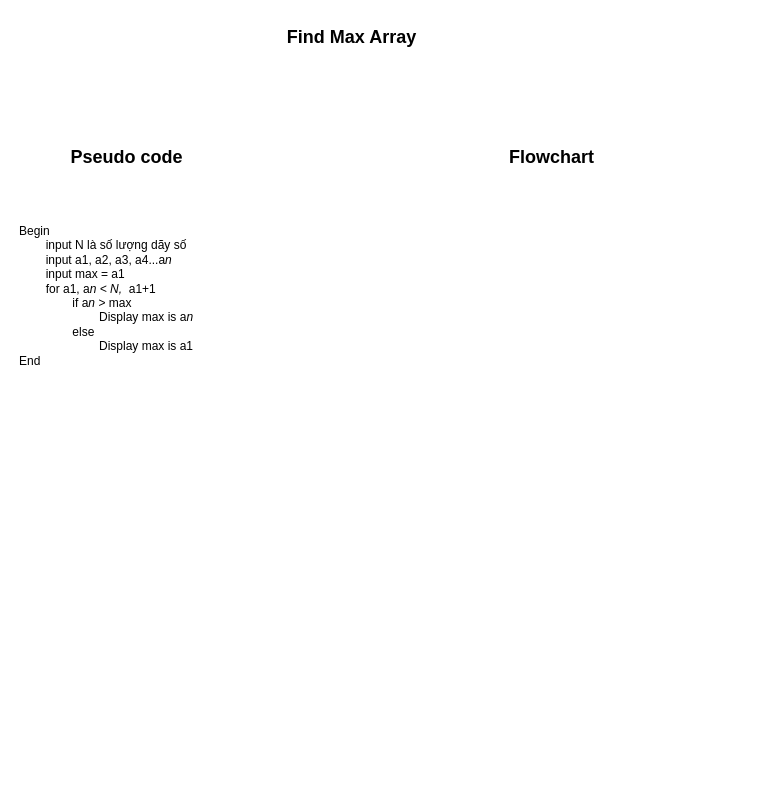
Earlier version of the draw.io diagram page "tìm giá trị lớn nhất trong một dãy số" (6 of 6) of ss3_Hello_world/module1_ss3.drawio (Trongtangoc/CGDN-C0824M1-Ta-Ngoc-Trong). Source tidied: cells renumbered, new cells numbered last; positions are measured from the earlier drawing's top-left corner, leaving out a move shared by most shapes. Both pictures are drawn from the tidied source at 100%, with x=0, y=0 at pixel (17, 17).
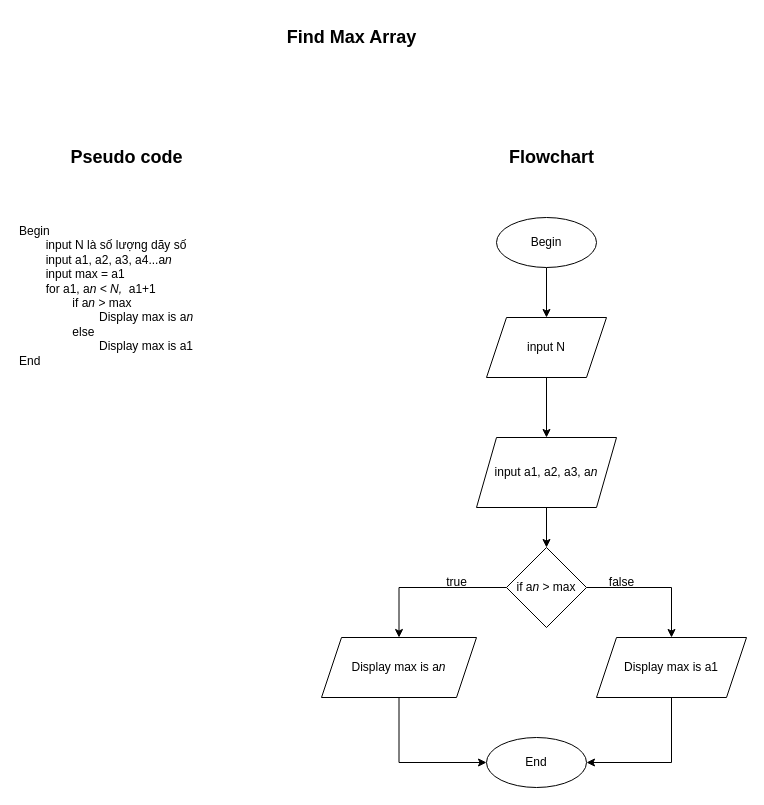
The same page after the edit.

Commit message:
Cập nhật module1_ss3.drawio

Diff of the diagram source:
```diff
@@
     <mxCell id="2" value="Begin&lt;div&gt;&lt;span style=&quot;white-space: pre;&quot;&gt;&#9;&lt;/span&gt;input N là số lượng dãy số&lt;/div&gt;&lt;div&gt;&lt;span style=&quot;white-space: pre;&quot;&gt;&#9;&lt;/span&gt;input a1, a2, a3, a4...a&lt;i&gt;n&lt;br&gt;&lt;/i&gt;&lt;span style=&quot;white-space: pre;&quot;&gt;&#9;&lt;/span&gt;input max = a1&lt;br&gt;&lt;span style=&quot;white-space: pre;&quot;&gt;&#9;&lt;/span&gt;for a1, a&lt;i&gt;n &amp;lt; N,&amp;nbsp;&lt;/i&gt;&amp;nbsp;a1+1&lt;/div&gt;&lt;div&gt;&lt;span style=&quot;white-space: pre;&quot;&gt;&#9;&lt;/span&gt;&lt;span style=&quot;white-space: pre;&quot;&gt;&#9;&lt;/span&gt;if a&lt;i&gt;n&lt;/i&gt; &amp;gt; max&lt;br&gt;&lt;/div&gt;&lt;div&gt;&lt;span style=&quot;white-space: pre;&quot;&gt;&#9;&lt;/span&gt;&lt;span style=&quot;white-space: pre;&quot;&gt;&#9;&lt;span style=&quot;white-space: pre;&quot;&gt;&#9;&lt;/span&gt;&lt;/span&gt;Display max is a&lt;i&gt;n&lt;/i&gt;&lt;br&gt;&lt;/div&gt;&lt;div&gt;&lt;span style=&quot;font-style: italic; white-space: pre;&quot;&gt;&#9;&lt;span style=&quot;white-space: pre;&quot;&gt;&#9;&lt;/span&gt;&lt;/span&gt;else&lt;/div&gt;&lt;div&gt;&lt;span style=&quot;white-space: pre;&quot;&gt;&#9;&lt;/span&gt;&lt;span style=&quot;white-space: pre;&quot;&gt;&#9;&lt;span style=&quot;white-space: pre;&quot;&gt;&#9;&lt;/span&gt;&lt;/span&gt;Display max is a1&lt;br&gt;&lt;/div&gt;&lt;div&gt;End&lt;/div&gt;" style="text;html=1;align=left;verticalAlign=top;whiteSpace=wrap;rounded=0;" parent="1" vertex="1">
-      <mxGeometry y="200" width="340" height="180" as="geometry" />
+      <mxGeometry y="200" width="199" height="160" as="geometry" />
     </mxCell>
@@
+    <mxCell id="6" style="edgeStyle=orthogonalEdgeStyle;rounded=0;jettySize=auto;html=1;" parent="1" edge="1" source="7" target="9">
+      <mxGeometry relative="1" as="geometry" />
+    </mxCell>
+    <mxCell id="7" value="Begin" style="ellipse;whiteSpace=wrap;html=1;" parent="1" vertex="1">
+      <mxGeometry x="479" y="200" width="100" height="50" as="geometry" />
+    </mxCell>
+    <mxCell id="8" style="edgeStyle=orthogonalEdgeStyle;rounded=0;jettySize=auto;html=1;" parent="1" edge="1" source="9" target="11">
+      <mxGeometry relative="1" as="geometry" />
+    </mxCell>
+    <mxCell id="9" value="input N" style="shape=parallelogram;perimeter=parallelogramPerimeter;whiteSpace=wrap;html=1;fixedSize=1;" parent="1" vertex="1">
+      <mxGeometry x="469" y="300" width="120" height="60" as="geometry" />
+    </mxCell>
+    <mxCell id="10" style="edgeStyle=orthogonalEdgeStyle;rounded=0;jettySize=auto;html=1;" parent="1" edge="1" source="11" target="14">
+      <mxGeometry relative="1" as="geometry" />
+    </mxCell>
+    <mxCell id="11" value="input a1, a2, a3, a&lt;i&gt;n&lt;/i&gt;" style="shape=parallelogram;perimeter=parallelogramPerimeter;whiteSpace=wrap;html=1;fixedSize=1;" parent="1" vertex="1">
+      <mxGeometry x="459" y="420" width="140" height="70" as="geometry" />
+    </mxCell>
+    <mxCell id="12" style="edgeStyle=orthogonalEdgeStyle;rounded=0;jettySize=auto;html=1;" parent="1" edge="1" source="14" target="16">
+      <mxGeometry relative="1" as="geometry" />
+    </mxCell>
+    <mxCell id="13" style="edgeStyle=orthogonalEdgeStyle;rounded=0;jettySize=auto;html=1;exitX=1;exitY=0.5;exitDx=0;exitDy=0;entryX=0.5;entryY=0;entryDx=0;entryDy=0;" parent="1" edge="1" source="14" target="20">
+      <mxGeometry relative="1" as="geometry" />
+    </mxCell>
+    <mxCell id="14" value="if a&lt;i&gt;n&lt;/i&gt; &amp;gt; max" style="rhombus;whiteSpace=wrap;html=1;" parent="1" vertex="1">
+      <mxGeometry x="489" y="530" width="80" height="80" as="geometry" />
+    </mxCell>
+    <mxCell id="15" style="edgeStyle=orthogonalEdgeStyle;rounded=0;jettySize=auto;html=1;exitX=0.5;exitY=1;exitDx=0;exitDy=0;entryX=0;entryY=0.5;entryDx=0;entryDy=0;" parent="1" edge="1" source="16" target="21">
+      <mxGeometry relative="1" as="geometry" />
+    </mxCell>
+    <mxCell id="16" value="&lt;span style=&quot;text-align: left;&quot;&gt;Display max is a&lt;/span&gt;&lt;i style=&quot;text-align: left;&quot;&gt;n&lt;/i&gt;" style="shape=parallelogram;perimeter=parallelogramPerimeter;whiteSpace=wrap;html=1;fixedSize=1;" parent="1" vertex="1">
+      <mxGeometry x="304" y="620" width="155" height="60" as="geometry" />
+    </mxCell>
+    <mxCell id="17" value="true" style="text;html=1;align=center;verticalAlign=middle;strokeColor=none;fillColor=none;" parent="1" vertex="1">
+      <mxGeometry x="419" y="550" width="40" height="30" as="geometry" />
+    </mxCell>
+    <mxCell id="18" value="false" style="text;html=1;align=center;verticalAlign=middle;strokeColor=none;fillColor=none;" parent="1" vertex="1">
+      <mxGeometry x="579" y="550" width="50" height="30" as="geometry" />
+    </mxCell>
+    <mxCell id="19" style="edgeStyle=orthogonalEdgeStyle;rounded=0;jettySize=auto;html=1;exitX=0.5;exitY=1;exitDx=0;exitDy=0;entryX=1;entryY=0.5;entryDx=0;entryDy=0;" parent="1" edge="1" source="20" target="21">
+      <mxGeometry relative="1" as="geometry" />
+    </mxCell>
+    <mxCell id="20" value="&lt;span style=&quot;text-align: left;&quot;&gt;Display max is a1&lt;/span&gt;" style="shape=parallelogram;perimeter=parallelogramPerimeter;whiteSpace=wrap;html=1;fixedSize=1;" parent="1" vertex="1">
+      <mxGeometry x="579" y="620" width="150" height="60" as="geometry" />
+    </mxCell>
+    <mxCell id="21" value="End" style="ellipse;whiteSpace=wrap;html=1;" parent="1" vertex="1">
+      <mxGeometry x="469" y="720" width="100" height="50" as="geometry" />
+    </mxCell>
```
